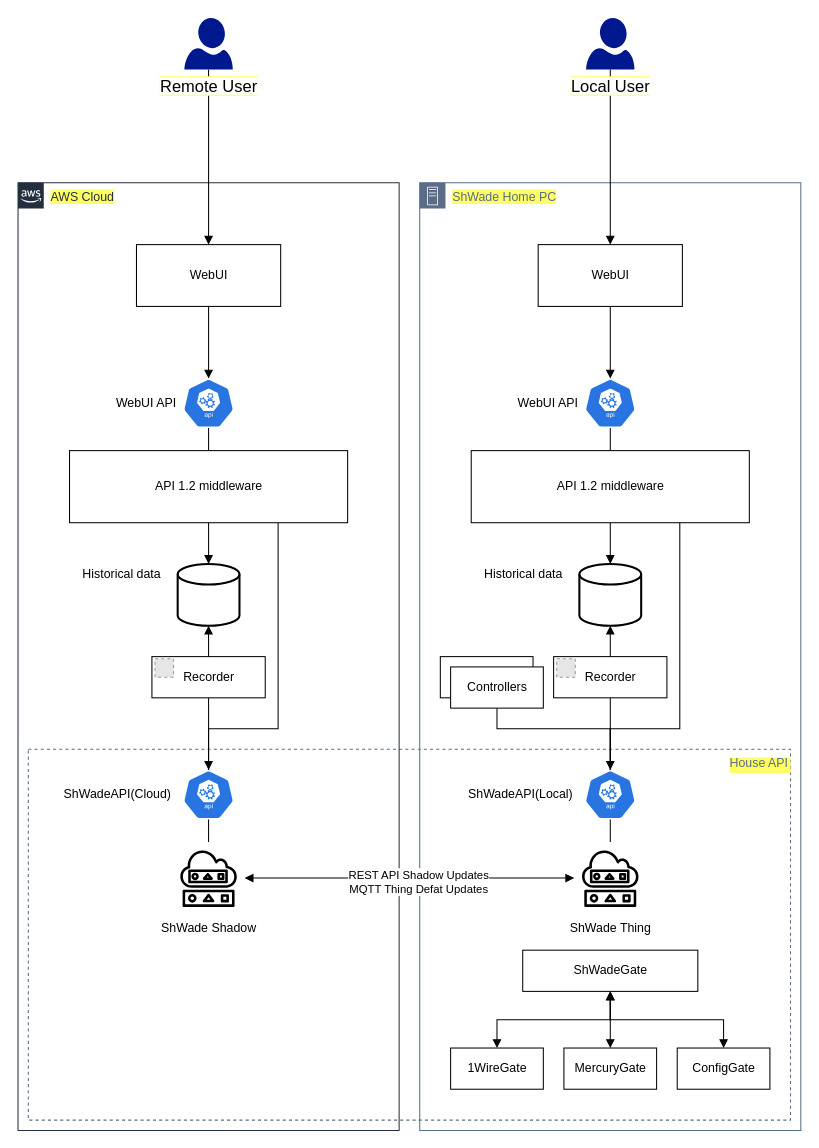
Shden/Shden keeps this draw.io diagram as page "Page-2" (2 of 2) of doc/Untitled Diagram.drawio. Above is the earlier version. Source tidied: cells renumbered, new cells numbered last; positions are measured from the earlier drawing's top-left corner, leaving out a move shared by most shapes. Both pictures are drawn from the tidied source at 103%, with x=0, y=0 at pixel (18, 18). Pictures stored in the file or linked from it are replaced by grey dashed boxes.
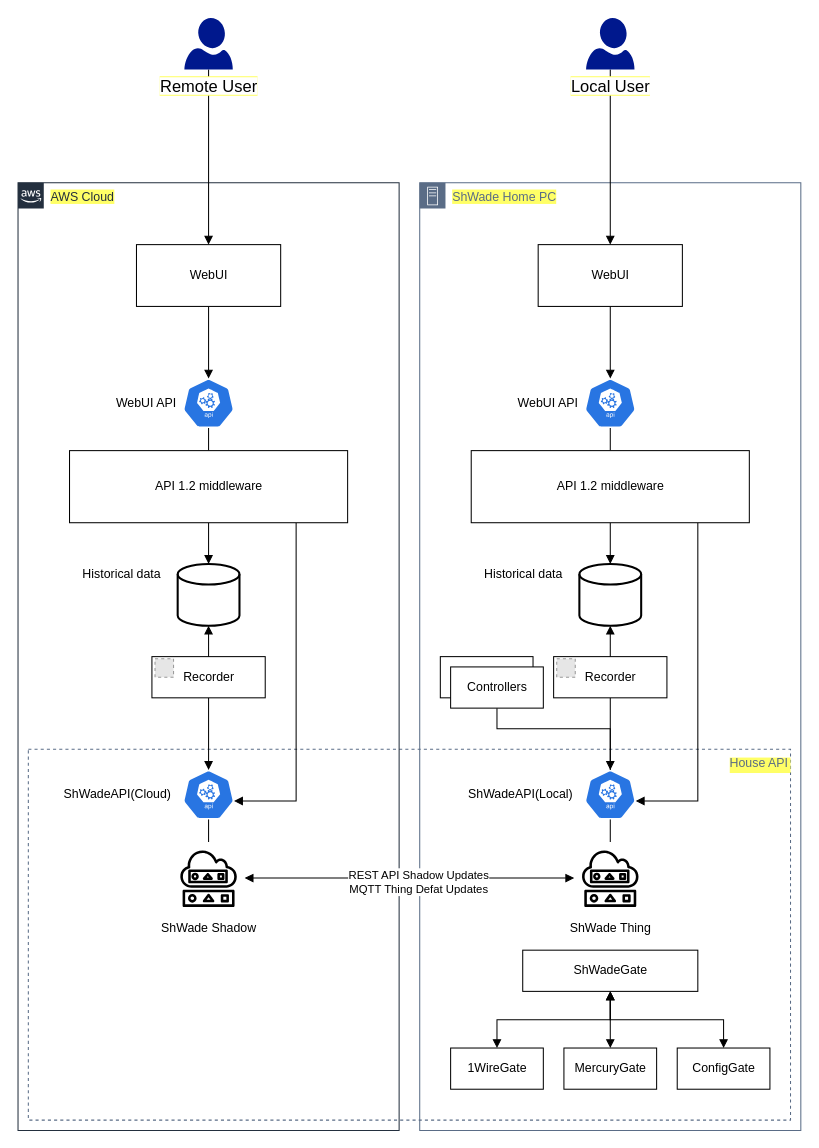
Above is the later version.

Unchanged cells that the change refers to:
```xml
<mxCell id="10" style="html=1;dashed=0;whitespace=wrap;fillColor=#2875E2;strokeColor=#ffffff;points=[[0.005,0.63,0],[0.1,0.2,0],[0.9,0.2,0],[0.5,0,0],[0.995,0.63,0],[0.72,0.99,0],[0.5,1,0],[0.28,0.99,0]];shape=mxgraph.kubernetes.icon;prIcon=api;align=right;" parent="1" vertex="1">
  <mxGeometry x="160" y="730" width="50" height="48" as="geometry" />
</mxCell>
<mxCell id="12" style="html=1;dashed=0;whitespace=wrap;fillColor=#2875E2;strokeColor=#ffffff;points=[[0.005,0.63,0],[0.1,0.2,0],[0.9,0.2,0],[0.5,0,0],[0.995,0.63,0],[0.72,0.99,0],[0.5,1,0],[0.28,0.99,0]];shape=mxgraph.kubernetes.icon;prIcon=api;" parent="1" vertex="1">
  <mxGeometry x="550" y="730" width="50" height="48" as="geometry" />
</mxCell>
<mxCell id="35" value="API 1.2 middleware" style="html=1;align=center;" parent="1" vertex="1">
  <mxGeometry x="440" y="420" width="270" height="70" as="geometry" />
</mxCell>
<mxCell id="53" value="API 1.2 middleware" style="html=1;align=center;" parent="1" vertex="1">
  <mxGeometry x="50" y="420" width="270" height="70" as="geometry" />
</mxCell>
```

What changed in the source:
```diff
@@
-    <mxCell id="34" style="edgeStyle=orthogonalEdgeStyle;rounded=0;jettySize=auto;html=1;exitX=0.75;exitY=1;exitDx=0;exitDy=0;entryX=0.5;entryY=0;entryDx=0;entryDy=0;entryPerimeter=0;startArrow=none;startFill=0;endArrow=none;endFill=0;fontSize=16;" parent="1" edge="1" source="35" target="12">
+    <mxCell id="34" style="edgeStyle=orthogonalEdgeStyle;rounded=0;jettySize=auto;html=1;entryX=0.995;entryY=0.63;entryDx=0;entryDy=0;entryPerimeter=0;startArrow=none;startFill=0;endArrow=block;endFill=1;fontSize=16;" parent="1" edge="1" source="35" target="12">
       <mxGeometry relative="1" as="geometry">
         <Array as="points">
-          <mxPoint x="642" y="690" />
-          <mxPoint x="575" y="690" />
+          <mxPoint x="660" y="760" />
         </Array>
       </mxGeometry>
     </mxCell>
@@
-    <mxCell id="52" style="edgeStyle=orthogonalEdgeStyle;rounded=0;jettySize=auto;html=1;exitX=0.75;exitY=1;exitDx=0;exitDy=0;entryX=0.5;entryY=0;entryDx=0;entryDy=0;entryPerimeter=0;startArrow=none;startFill=0;endArrow=none;endFill=0;fontSize=16;" parent="1" edge="1" source="53">
-      <mxGeometry relative="1" as="geometry">
-        <mxPoint x="185" y="730" as="targetPoint" />
-        <Array as="points">
-          <mxPoint x="252" y="690" />
-          <mxPoint x="185" y="690" />
-        </Array>
-      </mxGeometry>
-    </mxCell>
+    <mxCell id="57" style="edgeStyle=orthogonalEdgeStyle;rounded=0;jettySize=auto;html=1;entryX=0.995;entryY=0.63;entryDx=0;entryDy=0;entryPerimeter=0;startArrow=none;startFill=0;endArrow=block;endFill=1;fontSize=16;" parent="1" edge="1" source="53" target="10">
+      <mxGeometry relative="1" as="geometry">
+        <Array as="points">
+          <mxPoint x="270" y="760" />
+        </Array>
+      </mxGeometry>
+    </mxCell>
```
